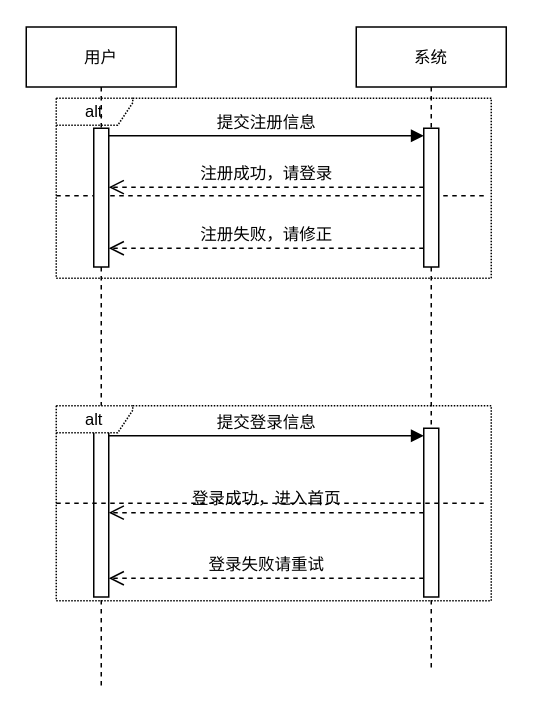
blackjack2022/draw.io keeps this draw.io diagram as 时序图.drawio. Above is the earlier version. Source tidied: cells renumbered, new cells numbered last; positions are measured from the earlier drawing's top-left corner, leaving out a move shared by most shapes. Both pictures are drawn from the tidied source at 150%, with x=0, y=0 at pixel (26, 26).
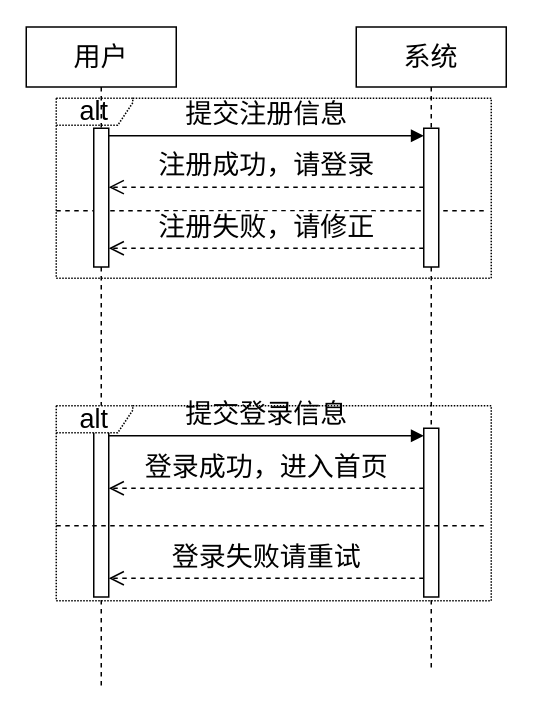
The same page after the edit.

Commit message (it also covers changes not shown here):
更新时序图.drawio

Diff of the diagram source:
```diff
@@
-    <mxCell id="2" value="alt" style="shape=umlFrame;whiteSpace=wrap;html=1;width=51;dashed=1;height=18;fontSize=11;fontFamily=宋体;dashPattern=1 1;" parent="1" vertex="1">
+    <mxCell id="2" value="alt" style="shape=umlFrame;whiteSpace=wrap;html=1;width=51;dashed=1;height=18;fontSize=18;fontFamily=宋体;dashPattern=1 1;" parent="1" vertex="1">
       <mxGeometry x="20" y="48" width="290" height="120" as="geometry" />
     </mxCell>
-    <mxCell id="3" style="line;strokeWidth=1;dashed=1;labelPosition=center;verticalLabelPosition=bottom;align=left;verticalAlign=top;spacingLeft=20;spacingTop=15;html=1;whiteSpace=wrap;fontSize=11;fontFamily=宋体;" parent="2" vertex="1">
-      <mxGeometry y="60" width="287" height="10" as="geometry" />
+    <mxCell id="3" style="line;strokeWidth=1;dashed=1;labelPosition=center;verticalLabelPosition=bottom;align=left;verticalAlign=top;spacingLeft=20;spacingTop=15;html=1;whiteSpace=wrap;fontSize=18;fontFamily=宋体;" parent="2" vertex="1">
+      <mxGeometry y="70" width="287" height="10" as="geometry" />
     </mxCell>
-    <mxCell id="4" value="用户" style="shape=umlLifeline;perimeter=lifelinePerimeter;whiteSpace=wrap;html=1;newEdgeStyle={&quot;curved&quot;:0,&quot;rounded&quot;:0};fontSize=11;fontStyle=0;fontFamily=宋体;" parent="1" vertex="1">
+    <mxCell id="4" value="用户" style="shape=umlLifeline;perimeter=lifelinePerimeter;whiteSpace=wrap;html=1;newEdgeStyle={&quot;curved&quot;:0,&quot;rounded&quot;:0};fontSize=18;fontStyle=0;fontFamily=宋体;" parent="1" vertex="1">
       <mxGeometry y="0.5" width="100" height="440" as="geometry" />
     </mxCell>
-    <mxCell id="5" style="html=1;points=[[0,0,0,0,5],[0,1,0,0,-5],[1,0,0,0,5],[1,1,0,0,-5]];perimeter=orthogonalPerimeter;outlineConnect=0;targetShapes=umlLifeline;portConstraint=eastwest;newEdgeStyle={&quot;curved&quot;:0,&quot;rounded&quot;:0};" parent="4" vertex="1">
+    <mxCell id="5" style="html=1;points=[[0,0,0,0,5],[0,1,0,0,-5],[1,0,0,0,5],[1,1,0,0,-5]];perimeter=orthogonalPerimeter;outlineConnect=0;targetShapes=umlLifeline;portConstraint=eastwest;newEdgeStyle={&quot;curved&quot;:0,&quot;rounded&quot;:0};fontFamily=宋体;fontSize=18;" parent="4" vertex="1">
       <mxGeometry x="45" y="67.5" width="10" height="92.5" as="geometry" />
     </mxCell>
-    <mxCell id="6" style="html=1;points=[[0,0,0,0,5],[0,1,0,0,-5],[1,0,0,0,5],[1,1,0,0,-5]];perimeter=orthogonalPerimeter;outlineConnect=0;targetShapes=umlLifeline;portConstraint=eastwest;newEdgeStyle={&quot;curved&quot;:0,&quot;rounded&quot;:0};" parent="4" vertex="1">
+    <mxCell id="6" style="html=1;points=[[0,0,0,0,5],[0,1,0,0,-5],[1,0,0,0,5],[1,1,0,0,-5]];perimeter=orthogonalPerimeter;outlineConnect=0;targetShapes=umlLifeline;portConstraint=eastwest;newEdgeStyle={&quot;curved&quot;:0,&quot;rounded&quot;:0};fontFamily=宋体;fontSize=18;" parent="4" vertex="1">
       <mxGeometry x="45" y="267.5" width="10" height="112.5" as="geometry" />
     </mxCell>
-    <mxCell id="7" value="系统" style="shape=umlLifeline;perimeter=lifelinePerimeter;whiteSpace=wrap;html=1;newEdgeStyle={&quot;curved&quot;:0,&quot;rounded&quot;:0};fontSize=11;fontStyle=0;fontFamily=宋体;" parent="1" vertex="1">
+    <mxCell id="7" value="系统" style="shape=umlLifeline;perimeter=lifelinePerimeter;whiteSpace=wrap;html=1;newEdgeStyle={&quot;curved&quot;:0,&quot;rounded&quot;:0};fontSize=18;fontStyle=0;fontFamily=宋体;" parent="1" vertex="1">
       <mxGeometry x="220" y="0.5" width="100" height="430" as="geometry" />
     </mxCell>
-    <mxCell id="8" style="html=1;points=[[0,0,0,0,5],[0,1,0,0,-5],[1,0,0,0,5],[1,1,0,0,-5]];perimeter=orthogonalPerimeter;outlineConnect=0;targetShapes=umlLifeline;portConstraint=eastwest;newEdgeStyle={&quot;curved&quot;:0,&quot;rounded&quot;:0};" parent="7" vertex="1">
+    <mxCell id="8" style="html=1;points=[[0,0,0,0,5],[0,1,0,0,-5],[1,0,0,0,5],[1,1,0,0,-5]];perimeter=orthogonalPerimeter;outlineConnect=0;targetShapes=umlLifeline;portConstraint=eastwest;newEdgeStyle={&quot;curved&quot;:0,&quot;rounded&quot;:0};fontFamily=宋体;fontSize=18;" parent="7" vertex="1">
       <mxGeometry x="45" y="67.5" width="10" height="92.5" as="geometry" />
     </mxCell>
-    <mxCell id="9" style="html=1;points=[[0,0,0,0,5],[0,1,0,0,-5],[1,0,0,0,5],[1,1,0,0,-5]];perimeter=orthogonalPerimeter;outlineConnect=0;targetShapes=umlLifeline;portConstraint=eastwest;newEdgeStyle={&quot;curved&quot;:0,&quot;rounded&quot;:0};" parent="7" vertex="1">
+    <mxCell id="9" style="html=1;points=[[0,0,0,0,5],[0,1,0,0,-5],[1,0,0,0,5],[1,1,0,0,-5]];perimeter=orthogonalPerimeter;outlineConnect=0;targetShapes=umlLifeline;portConstraint=eastwest;newEdgeStyle={&quot;curved&quot;:0,&quot;rounded&quot;:0};fontFamily=宋体;fontSize=18;" parent="7" vertex="1">
       <mxGeometry x="45" y="267.5" width="10" height="112.5" as="geometry" />
     </mxCell>
-    <mxCell id="10" value="&lt;span style=&quot;font-family: 宋体;&quot;&gt;提交注册信息&lt;/span&gt;" style="html=1;verticalAlign=bottom;endArrow=block;curved=0;rounded=0;entryX=0;entryY=0;entryDx=0;entryDy=5;" parent="1" edge="1" source="5" target="8">
+    <mxCell id="10" value="&lt;span&gt;提交注册信息&lt;/span&gt;" style="html=1;verticalAlign=bottom;endArrow=block;curved=0;rounded=0;entryX=0;entryY=0;entryDx=0;entryDy=5;fontFamily=宋体;fontSize=18;" parent="1" edge="1" source="5" target="8">
       <mxGeometry relative="1" as="geometry" />
     </mxCell>
-    <mxCell id="11" value="注册成功，请登录" style="html=1;verticalAlign=bottom;endArrow=open;dashed=1;endSize=8;curved=0;rounded=0;" parent="1" edge="1">
+    <mxCell id="11" value="注册成功，请登录" style="html=1;verticalAlign=bottom;endArrow=open;dashed=1;endSize=8;curved=0;rounded=0;fontFamily=宋体;fontSize=18;" parent="1" edge="1">
       <mxGeometry relative="1" as="geometry">
         <mxPoint x="265" y="107.3" as="sourcePoint" />
         <mxPoint x="55" y="107.3" as="targetPoint" />
       </mxGeometry>
     </mxCell>
-    <mxCell id="12" value="注册失败，请修正" style="html=1;verticalAlign=bottom;endArrow=open;dashed=1;endSize=8;curved=0;rounded=0;" parent="1" edge="1">
+    <mxCell id="12" value="注册失败，请修正" style="html=1;verticalAlign=bottom;endArrow=open;dashed=1;endSize=8;curved=0;rounded=0;fontFamily=宋体;fontSize=18;" parent="1" edge="1">
       <mxGeometry relative="1" as="geometry">
         <mxPoint x="265" y="148" as="sourcePoint" />
         <mxPoint x="55" y="148" as="targetPoint" />
       </mxGeometry>
     </mxCell>
-    <mxCell id="13" value="提交登录信息" style="html=1;verticalAlign=bottom;endArrow=block;curved=0;rounded=0;entryX=0;entryY=0;entryDx=0;entryDy=5;exitX=1;exitY=0;exitDx=0;exitDy=5;exitPerimeter=0;" parent="1" edge="1" source="6" target="9">
+    <mxCell id="13" value="提交登录信息" style="html=1;verticalAlign=bottom;endArrow=block;curved=0;rounded=0;entryX=0;entryY=0;entryDx=0;entryDy=5;exitX=1;exitY=0;exitDx=0;exitDy=5;exitPerimeter=0;fontFamily=宋体;fontSize=18;" parent="1" edge="1" source="6" target="9">
       <mxGeometry relative="1" as="geometry" />
     </mxCell>
-    <mxCell id="14" value="登录成功，进入首页" style="html=1;verticalAlign=bottom;endArrow=open;dashed=1;endSize=8;curved=0;rounded=0;" parent="1" edge="1" source="9" target="6">
-      <mxGeometry relative="1" as="geometry" />
-    </mxCell>
-    <mxCell id="15" value="登录失败请重试" style="html=1;verticalAlign=bottom;endArrow=open;dashed=1;endSize=8;curved=0;rounded=0;" parent="1" edge="1">
+    <mxCell id="15" value="登录失败请重试" style="html=1;verticalAlign=bottom;endArrow=open;dashed=1;endSize=8;curved=0;rounded=0;fontFamily=宋体;fontSize=18;" parent="1" edge="1">
       <mxGeometry relative="1" as="geometry">
         <mxPoint x="265" y="368" as="sourcePoint" />
         <mxPoint x="55" y="368" as="targetPoint" />
       </mxGeometry>
     </mxCell>
-    <mxCell id="16" value="alt" style="shape=umlFrame;whiteSpace=wrap;html=1;width=51;dashed=1;height=18;fontSize=11;fontFamily=宋体;dashPattern=1 1;" parent="1" vertex="1">
+    <mxCell id="16" value="alt" style="shape=umlFrame;whiteSpace=wrap;html=1;width=51;dashed=1;height=18;fontSize=18;fontFamily=宋体;dashPattern=1 1;" parent="1" vertex="1">
       <mxGeometry x="20" y="253" width="290" height="130" as="geometry" />
     </mxCell>
-    <mxCell id="17" style="line;strokeWidth=1;dashed=1;labelPosition=center;verticalLabelPosition=bottom;align=left;verticalAlign=top;spacingLeft=20;spacingTop=15;html=1;whiteSpace=wrap;fontSize=11;fontFamily=宋体;" parent="16" vertex="1">
-      <mxGeometry y="60" width="287" height="10" as="geometry" />
+    <mxCell id="17" style="line;strokeWidth=1;dashed=1;labelPosition=center;verticalLabelPosition=bottom;align=left;verticalAlign=top;spacingLeft=20;spacingTop=15;html=1;whiteSpace=wrap;fontSize=18;fontFamily=宋体;" parent="16" vertex="1">
+      <mxGeometry y="75" width="287" height="10" as="geometry" />
     </mxCell>
+    <mxCell id="14" value="登录成功，进入首页" style="html=1;verticalAlign=bottom;endArrow=open;dashed=1;endSize=8;curved=0;rounded=0;fontFamily=宋体;fontSize=18;" parent="16" edge="1">
+      <mxGeometry relative="1" as="geometry">
+        <mxPoint x="245" y="55" as="sourcePoint" />
+        <mxPoint x="35" y="55" as="targetPoint" />
+      </mxGeometry>
+    </mxCell>
```
